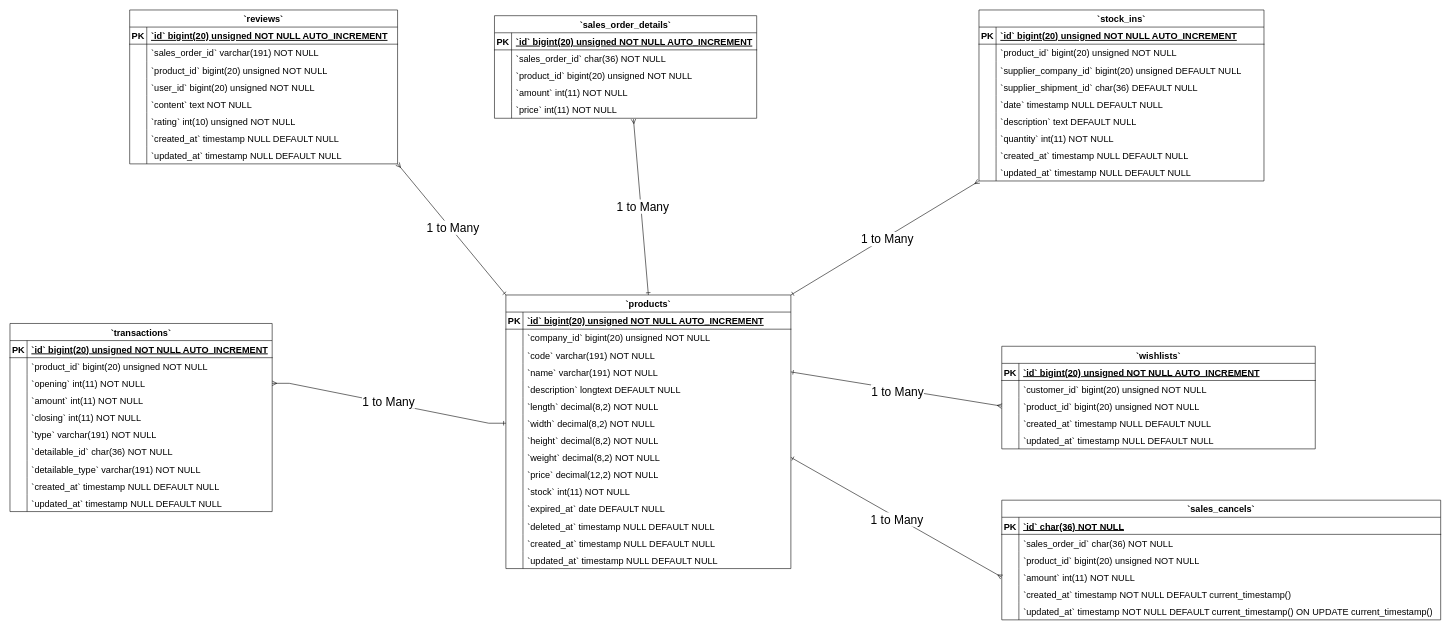
Above: Products Mandatory ERD Diagram.drawio in Simasco/diagram (draw.io), before the change. Source tidied: cells renumbered, new cells numbered last; positions are measured from the earlier drawing's top-left corner, leaving out a move shared by most shapes. Both pictures are drawn from the tidied source at 57%, with x=0, y=0 at pixel (10, 10).
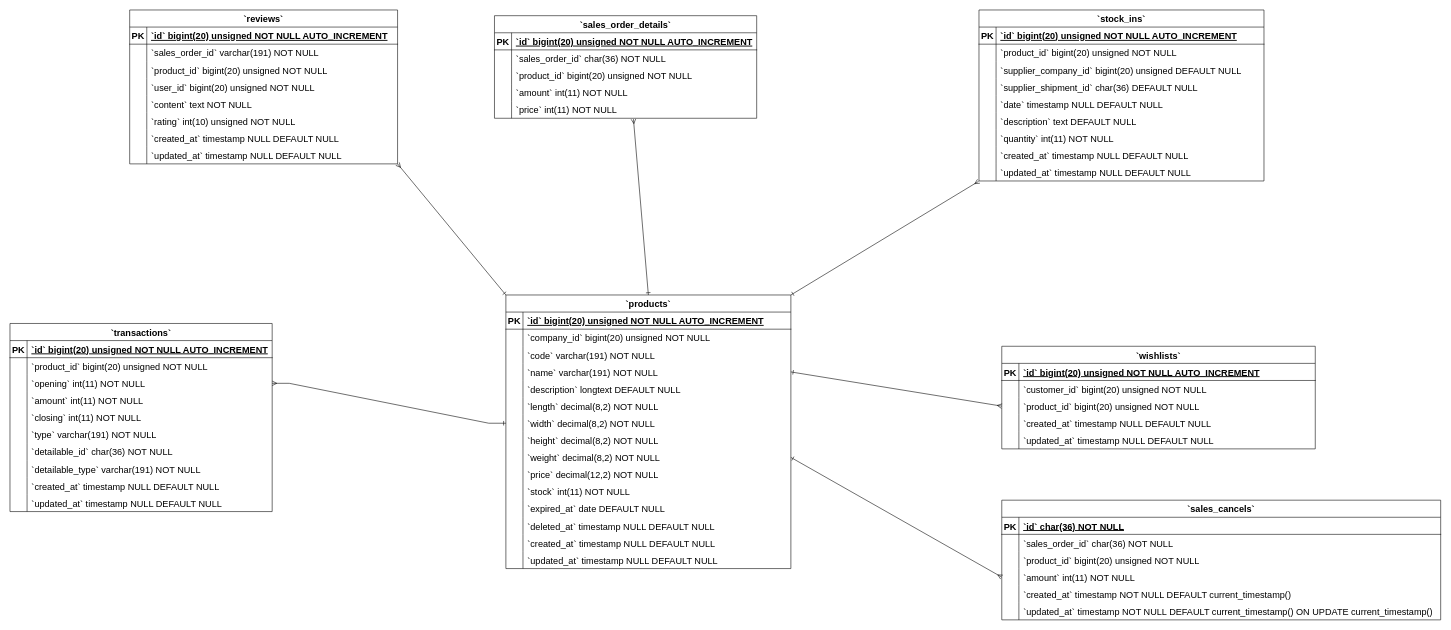
Above is the later version.

Unchanged cells that the change refers to:
```xml
<mxCell id="183" style="edgeStyle=entityRelationEdgeStyle;fontSize=12;html=1;endArrow=ERmany;rounded=0;exitX=0;exitY=0.5;exitDx=0;exitDy=0;entryX=1;entryY=0.5;entryDx=0;entryDy=0;startArrow=ERone;startFill=0;endFill=0;" parent="1" edge="1" source="21" target="55">
  <mxGeometry relative="1" as="geometry" />
</mxCell>
<mxCell id="185" style="fontSize=21;html=1;endArrow=ERmany;rounded=0;exitX=0;exitY=0;exitDx=0;exitDy=0;endFill=0;startArrow=ERone;startFill=0;" parent="1" edge="1" source="2">
  <mxGeometry relative="1" as="geometry">
    <mxPoint x="680" y="270" as="targetPoint" />
  </mxGeometry>
</mxCell>
<mxCell id="187" style="fontSize=12;html=1;endArrow=ERmany;rounded=0;exitX=1;exitY=0.5;exitDx=0;exitDy=0;entryX=0;entryY=0.5;entryDx=0;entryDy=0;endFill=0;startArrow=ERone;startFill=0;" parent="1" edge="1" source="27" target="114">
  <mxGeometry relative="1" as="geometry" />
</mxCell>
<mxCell id="189" style="fontSize=12;html=1;endArrow=ERmany;rounded=0;entryX=0;entryY=0.5;entryDx=0;entryDy=0;exitX=1;exitY=0.5;exitDx=0;exitDy=0;endFill=0;startArrow=ERone;startFill=0;" parent="1" edge="1" source="12" target="174">
  <mxGeometry relative="1" as="geometry" />
</mxCell>
<mxCell id="191" style="fontSize=12;html=1;endArrow=ERmany;rounded=0;exitX=0.5;exitY=0;exitDx=0;exitDy=0;entryX=0.53;entryY=1.047;entryDx=0;entryDy=0;entryPerimeter=0;endFill=0;startArrow=ERone;startFill=0;" parent="1" edge="1" source="2" target="136">
  <mxGeometry relative="1" as="geometry" />
</mxCell>
<mxCell id="193" style="fontSize=12;html=1;endArrow=ERmany;rounded=0;exitX=1;exitY=0;exitDx=0;exitDy=0;endFill=0;startArrow=ERone;startFill=0;entryX=-0.001;entryY=1.018;entryDx=0;entryDy=0;entryPerimeter=0;" parent="1" edge="1" source="2" target="164">
  <mxGeometry relative="1" as="geometry" />
</mxCell>
```

Change to the diagram source:
```diff
@@
-    <mxCell id="184" value="1 to Many" style="edgeLabel;html=1;align=center;verticalAlign=middle;fontSize=21;" parent="183" vertex="1">
-      <mxGeometry x="0.01" y="-3" relative="1" as="geometry" />
-    </mxCell>
@@
-    <mxCell id="186" value="1 to Many" style="edgeLabel;html=1;align=center;verticalAlign=middle;fontSize=21;" parent="185" vertex="1">
-      <mxGeometry x="0.01" y="-3" relative="1" as="geometry" />
-    </mxCell>
@@
-    <mxCell id="188" value="1 to Many" style="edgeLabel;html=1;align=center;verticalAlign=middle;fontSize=21;" parent="187" vertex="1">
-      <mxGeometry x="0.01" y="-3" relative="1" as="geometry" />
-    </mxCell>
@@
-    <mxCell id="190" value="1 to Many" style="edgeLabel;html=1;align=center;verticalAlign=middle;fontSize=21;" parent="189" vertex="1">
-      <mxGeometry x="0.01" y="-3" relative="1" as="geometry" />
-    </mxCell>
@@
-    <mxCell id="192" value="1 to Many" style="edgeLabel;html=1;align=center;verticalAlign=middle;fontSize=21;" parent="191" vertex="1">
-      <mxGeometry x="0.01" y="-3" relative="1" as="geometry" />
-    </mxCell>
@@
-    <mxCell id="194" value="1 to Many" style="edgeLabel;html=1;align=center;verticalAlign=middle;fontSize=21;" parent="193" vertex="1">
-      <mxGeometry x="0.01" y="-3" relative="1" as="geometry" />
-    </mxCell>
```
